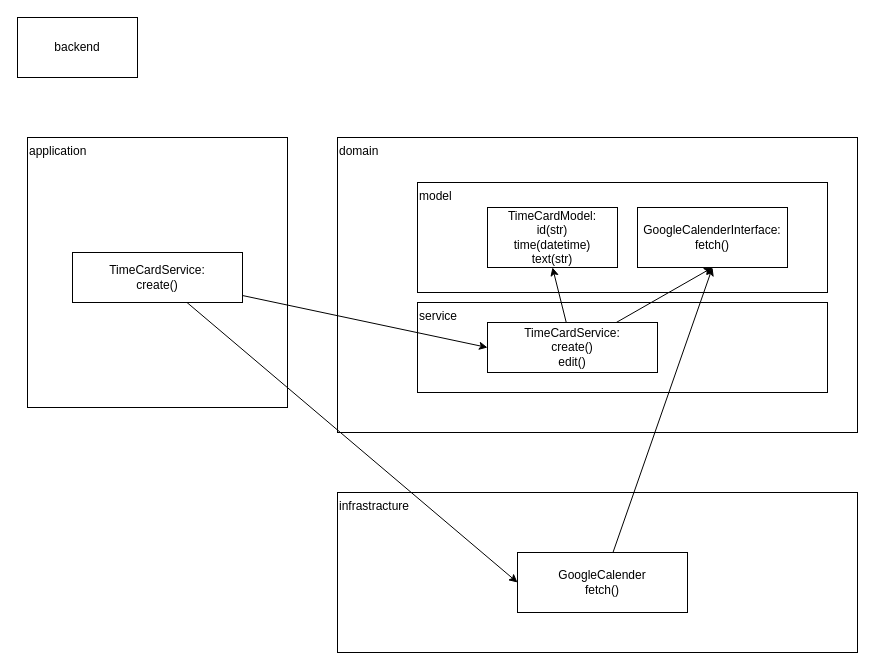
This is app/docs/architecture.drawio from rkunihisa/KNZN-CleanArchitecture, a draw.io file, before an edit. Source tidied: cells renumbered, new cells numbered last; positions are measured from the earlier drawing's top-left corner, leaving out a move shared by most shapes. Both pictures are drawn from the tidied source at 100%, with x=0, y=0 at pixel (17, 17).
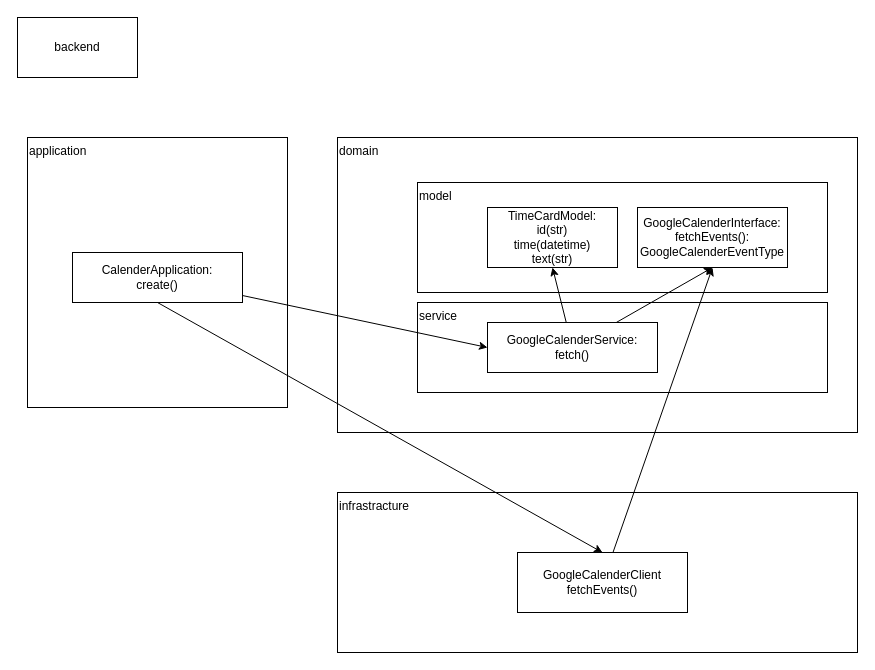
Above is the later version.

The edit, as a diff of the source:
```diff
@@
 <mxGraphModel>
   <root>
     <mxCell id="0" />
     <mxCell id="1" parent="0" />
     <mxCell id="2" value="application" style="rounded=0;whiteSpace=wrap;html=1;align=left;verticalAlign=top;" parent="1" vertex="1">
       <mxGeometry x="10" y="120" width="260" height="270" as="geometry" />
     </mxCell>
     <mxCell id="3" value="domain" style="rounded=0;whiteSpace=wrap;html=1;align=left;verticalAlign=top;" parent="1" vertex="1">
       <mxGeometry x="320" y="120" width="520" height="295" as="geometry" />
     </mxCell>
     <mxCell id="4" value="infrastracture" style="rounded=0;whiteSpace=wrap;html=1;align=left;verticalAlign=top;" parent="1" vertex="1">
       <mxGeometry x="320" y="475" width="520" height="160" as="geometry" />
     </mxCell>
     <mxCell id="5" value="model" style="rounded=0;whiteSpace=wrap;html=1;align=left;verticalAlign=top;" parent="1" vertex="1">
       <mxGeometry x="400" y="165" width="410" height="110" as="geometry" />
     </mxCell>
-    <mxCell id="6" value="GoogleCalender&lt;div&gt;fetch()&lt;/div&gt;" style="rounded=0;whiteSpace=wrap;html=1;" parent="1" vertex="1">
+    <mxCell id="6" value="GoogleCalenderClient&lt;div&gt;fetchEvents()&lt;/div&gt;" style="rounded=0;whiteSpace=wrap;html=1;" parent="1" vertex="1">
       <mxGeometry x="500" y="535" width="170" height="60" as="geometry" />
     </mxCell>
     <mxCell id="7" value="backend" style="rounded=0;whiteSpace=wrap;html=1;" parent="1" vertex="1">
       <mxGeometry width="120" height="60" as="geometry" />
     </mxCell>
     <mxCell id="8" value="service" style="rounded=0;whiteSpace=wrap;html=1;align=left;verticalAlign=top;" parent="1" vertex="1">
       <mxGeometry x="400" y="285" width="410" height="90" as="geometry" />
     </mxCell>
     <mxCell id="9" style="edgeStyle=none;html=1;entryX=0.5;entryY=1;entryDx=0;entryDy=0;" parent="1" edge="1" source="11" target="12">
       <mxGeometry relative="1" as="geometry" />
     </mxCell>
     <mxCell id="10" style="edgeStyle=none;html=1;entryX=0.5;entryY=1;entryDx=0;entryDy=0;" parent="1" edge="1" source="11" target="16">
       <mxGeometry relative="1" as="geometry" />
     </mxCell>
-    <mxCell id="11" value="TimeCardService:&lt;div&gt;create()&lt;/div&gt;&lt;div&gt;edit()&lt;/div&gt;" style="rounded=0;whiteSpace=wrap;html=1;" parent="1" vertex="1">
+    <mxCell id="11" value="GoogleCalenderService:&lt;div&gt;&lt;span style=&quot;background-color: transparent;&quot;&gt;fetch()&lt;/span&gt;&lt;/div&gt;" style="rounded=0;whiteSpace=wrap;html=1;" parent="1" vertex="1">
       <mxGeometry x="470" y="305" width="170" height="50" as="geometry" />
     </mxCell>
     <mxCell id="12" value="TimeCardModel:&lt;div&gt;&lt;font color=&quot;#000000&quot;&gt;id(str)&lt;br&gt;&lt;/font&gt;&lt;div&gt;time(datetime)&lt;/div&gt;&lt;/div&gt;&lt;div&gt;text(str)&lt;/div&gt;" style="rounded=0;whiteSpace=wrap;html=1;" parent="1" vertex="1">
       <mxGeometry x="470" y="190" width="130" height="60" as="geometry" />
     </mxCell>
     <mxCell id="13" style="edgeStyle=none;html=1;entryX=0;entryY=0.5;entryDx=0;entryDy=0;" parent="1" edge="1" source="15" target="11">
       <mxGeometry relative="1" as="geometry" />
     </mxCell>
-    <mxCell id="14" style="edgeStyle=none;html=1;entryX=0;entryY=0.5;entryDx=0;entryDy=0;" parent="1" edge="1" source="15" target="6">
+    <mxCell id="14" style="edgeStyle=none;html=1;entryX=0.5;entryY=0;entryDx=0;entryDy=0;exitX=0.5;exitY=1;exitDx=0;exitDy=0;" parent="1" edge="1" source="15" target="6">
       <mxGeometry relative="1" as="geometry" />
     </mxCell>
-    <mxCell id="15" value="TimeCardService:&lt;div&gt;create()&lt;/div&gt;" style="rounded=0;whiteSpace=wrap;html=1;" parent="1" vertex="1">
+    <mxCell id="15" value="CalenderApplication:&lt;div&gt;create()&lt;/div&gt;" style="rounded=0;whiteSpace=wrap;html=1;" parent="1" vertex="1">
       <mxGeometry x="55" y="235" width="170" height="50" as="geometry" />
     </mxCell>
-    <mxCell id="16" value="GoogleCalenderInterface:&lt;div&gt;fetch()&lt;/div&gt;" style="rounded=0;whiteSpace=wrap;html=1;" parent="1" vertex="1">
+    <mxCell id="16" value="GoogleCalenderInterface:&lt;div&gt;fetchEvents(): GoogleCalenderEventType&lt;/div&gt;" style="rounded=0;whiteSpace=wrap;html=1;" parent="1" vertex="1">
       <mxGeometry x="620" y="190" width="150" height="60" as="geometry" />
     </mxCell>
     <mxCell id="17" style="edgeStyle=none;html=1;entryX=0.5;entryY=1;entryDx=0;entryDy=0;" parent="1" edge="1" source="6" target="16">
       <mxGeometry relative="1" as="geometry" />
     </mxCell>
   </root>
 </mxGraphModel>
```
